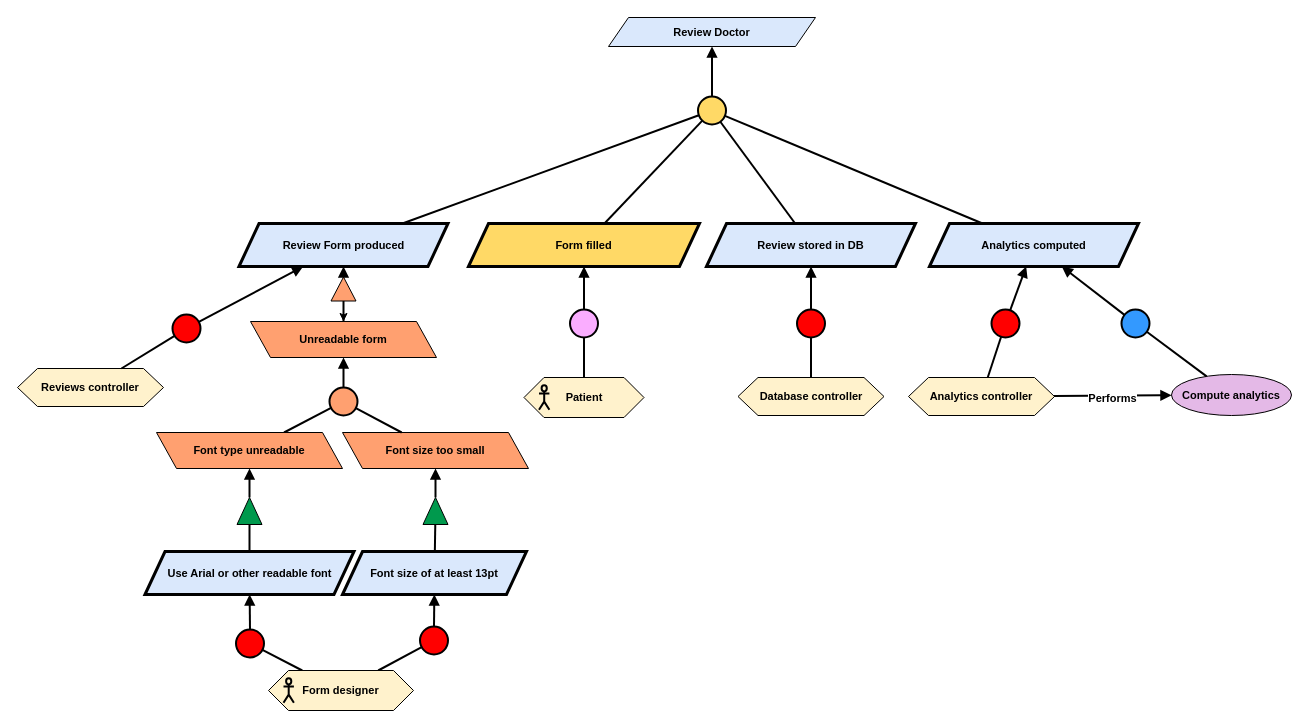
Earlier version of the draw.io diagram Kaos/KAOS 13.drawio (RafaelCMira/myclinic-msp-project). Source tidied: cells renumbered, new cells numbered last; positions are measured from the earlier drawing's top-left corner, leaving out a move shared by most shapes. Both pictures are drawn from the tidied source at 100%, with x=0, y=0 at pixel (17, 17).
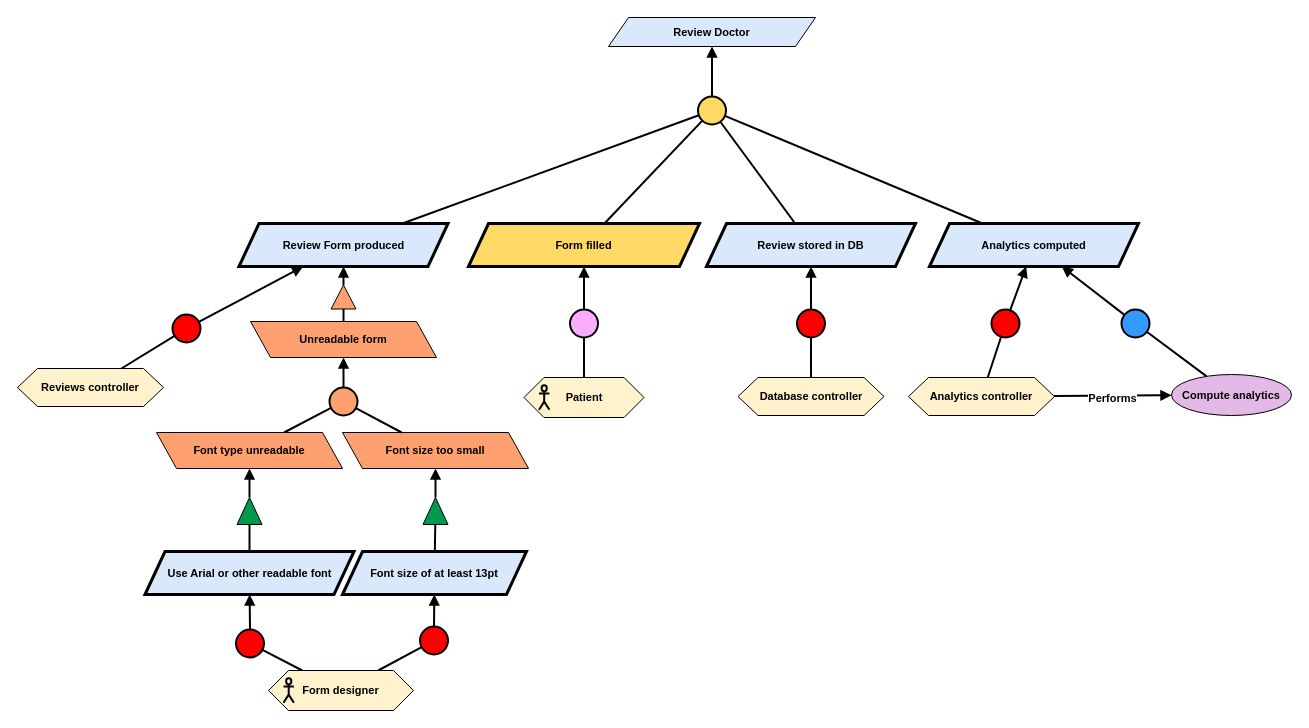
After the change.

Unchanged cells that the change refers to:
```xml
<mxCell id="35" value="Unreadable form" style="shape=parallelogram;perimeter=parallelogramPerimeter;whiteSpace=wrap;html=1;fixedSize=1;fillColor=#FFA070;fontStyle=1;fontFamily=Helvetica;fontSize=11;fontColor=default;labelBackgroundColor=none;flipH=1;flipV=0;" parent="1" vertex="1">
  <mxGeometry x="233" y="304" width="186" height="36" as="geometry" />
</mxCell>
```

Diff of the diagram source:
```diff
@@
-    <mxCell id="33" style="edgeStyle=orthogonalEdgeStyle;rounded=0;jettySize=auto;html=1;" parent="1" edge="1" source="34" target="35">
-      <mxGeometry relative="1" as="geometry" />
-    </mxCell>
     <mxCell id="34" style="triangle;whiteSpace=wrap;html=1;rotation=-90;fillColor=#FFA070;" parent="1" vertex="1">
-      <mxGeometry x="314" y="259" width="24" height="25" as="geometry" />
+      <mxGeometry x="314" y="267" width="24" height="25" as="geometry" />
     </mxCell>
```
